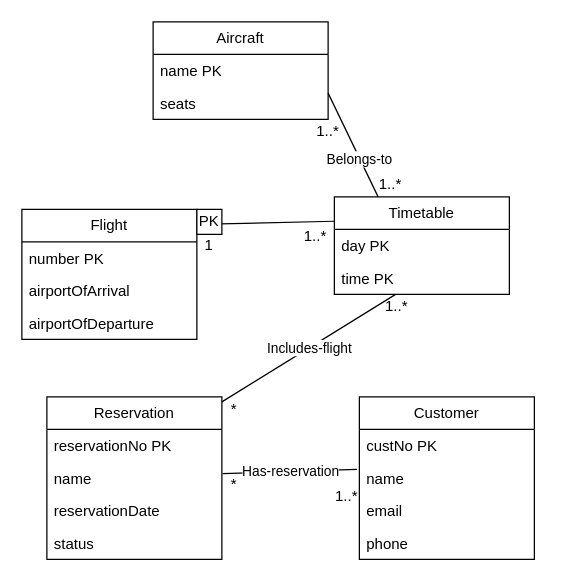
This is airlinediagram.drawio from olliglorioso/datasets, a draw.io file, before an edit. Source tidied: cells renumbered, new cells numbered last; positions are measured from the earlier drawing's top-left corner, leaving out a move shared by most shapes. Both pictures are drawn from the tidied source at 125%, with x=0, y=0 at pixel (21, 21).
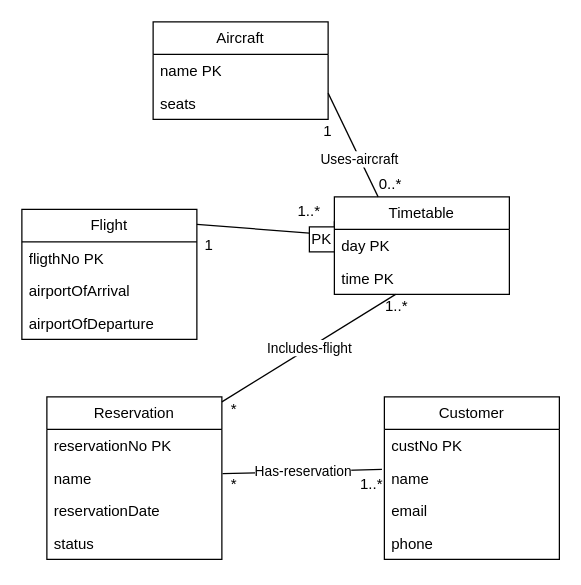
After the change.

The change refers to these unchanged cells:
```xml
<mxCell id="2" value="Flight" style="swimlane;fontStyle=0;horizontal=1;startSize=26;fillColor=none;whiteSpace=wrap;html=1;" parent="1" vertex="1">
  <mxGeometry y="150" width="140" height="104" as="geometry" />
</mxCell>
<mxCell id="18" value="seats" style="text;strokeColor=none;fillColor=none;align=left;verticalAlign=top;spacingLeft=4;spacingRight=4;overflow=hidden;points=[[0,0.5],[1,0.5]];portConstraint=eastwest;whiteSpace=wrap;html=1;" parent="16" vertex="1">
  <mxGeometry y="52" width="140" height="26" as="geometry" />
</mxCell>
<mxCell id="19" value="Timetable" style="swimlane;fontStyle=0;horizontal=1;startSize=26;fillColor=none;whiteSpace=wrap;html=1;" parent="1" vertex="1">
  <mxGeometry x="250" y="140" width="140" height="78" as="geometry" />
</mxCell>
```

Change to the diagram source:
```diff
@@
-    <mxCell id="3" value="number PK" style="text;strokeColor=none;fillColor=none;align=left;verticalAlign=top;spacingLeft=4;spacingRight=4;overflow=hidden;whiteSpace=wrap;html=1;" parent="2" vertex="1">
+    <mxCell id="3" value="fligthNo PK" style="text;strokeColor=none;fillColor=none;align=left;verticalAlign=top;spacingLeft=4;spacingRight=4;overflow=hidden;whiteSpace=wrap;html=1;" parent="2" vertex="1">
       <mxGeometry y="26" width="140" height="26" as="geometry" />
     </mxCell>
@@
     <mxCell id="6" value="Customer" style="swimlane;fontStyle=0;horizontal=1;startSize=26;fillColor=none;whiteSpace=wrap;html=1;" parent="1" vertex="1">
-      <mxGeometry x="270" y="300" width="140" height="130" as="geometry" />
+      <mxGeometry x="290" y="300" width="140" height="130" as="geometry" />
     </mxCell>
@@
-    <mxCell id="22" style="endArrow=none;html=1;rounded=0;exitX=1;exitY=0.115;exitDx=0;exitDy=0;exitPerimeter=0;entryX=0;entryY=0.25;entryDx=0;entryDy=0;" parent="1" edge="1" source="2" target="19">
+    <mxCell id="22" style="endArrow=none;html=1;rounded=0;exitX=1;exitY=0.115;exitDx=0;exitDy=0;exitPerimeter=0;entryX=0;entryY=0.25;entryDx=0;entryDy=0;startArrow=none;" parent="1" edge="1" source="28" target="19">
       <mxGeometry relative="1" as="geometry" />
     </mxCell>
     <mxCell id="23" value="1..*" style="text;strokeColor=none;align=center;fillColor=none;html=1;verticalAlign=middle;whiteSpace=wrap;rounded=0;" parent="1" vertex="1">
-      <mxGeometry x="220" y="160" width="30" height="24" as="geometry" />
+      <mxGeometry x="215" y="140" width="30" height="24" as="geometry" />
     </mxCell>
@@
-    <mxCell id="25" value="Belongs-to" style="endArrow=none;html=1;rounded=0;entryX=0.25;entryY=0;entryDx=0;entryDy=0;exitX=1;exitY=0.192;exitDx=0;exitDy=0;exitPerimeter=0;" parent="1" edge="1" source="18" target="19">
+    <mxCell id="25" value="Uses-aircraft" style="endArrow=none;html=1;rounded=0;entryX=0.25;entryY=0;entryDx=0;entryDy=0;exitX=1;exitY=0.192;exitDx=0;exitDy=0;exitPerimeter=0;" parent="1" edge="1" source="18" target="19">
       <mxGeometry x="0.27" relative="1" as="geometry">
         <mxPoint x="-1" as="offset" />
       </mxGeometry>
     </mxCell>
-    <mxCell id="26" value="1..*" style="text;strokeColor=none;align=center;fillColor=none;html=1;verticalAlign=middle;whiteSpace=wrap;rounded=0;" parent="1" vertex="1">
+    <mxCell id="26" value="0..*" style="text;strokeColor=none;align=center;fillColor=none;html=1;verticalAlign=middle;whiteSpace=wrap;rounded=0;" parent="1" vertex="1">
       <mxGeometry x="280" y="120" width="30" height="20" as="geometry" />
     </mxCell>
-    <mxCell id="27" value="1..*" style="text;strokeColor=none;align=center;fillColor=none;html=1;verticalAlign=middle;whiteSpace=wrap;rounded=0;" parent="1" vertex="1">
+    <mxCell id="27" value="1" style="text;strokeColor=none;align=center;fillColor=none;html=1;verticalAlign=middle;whiteSpace=wrap;rounded=0;" parent="1" vertex="1">
       <mxGeometry x="230" y="78" width="30" height="20" as="geometry" />
     </mxCell>
-    <mxCell id="28" value="PK" style="rounded=0;whiteSpace=wrap;html=1;" parent="1" vertex="1">
-      <mxGeometry x="140" y="150" width="20" height="20" as="geometry" />
-    </mxCell>
@@
     <mxCell id="30" value="1..*" style="text;strokeColor=none;align=center;fillColor=none;html=1;verticalAlign=middle;whiteSpace=wrap;rounded=0;" parent="1" vertex="1">
-      <mxGeometry x="250" y="370" width="20" height="20" as="geometry" />
+      <mxGeometry x="270" y="360" width="20" height="20" as="geometry" />
     </mxCell>
@@
+    <mxCell id="35" style="endArrow=none;html=1;rounded=0;exitX=1;exitY=0.115;exitDx=0;exitDy=0;exitPerimeter=0;entryX=0;entryY=0.25;entryDx=0;entryDy=0;" parent="1" edge="1" source="2" target="28">
+      <mxGeometry relative="1" as="geometry" />
+    </mxCell>
+    <mxCell id="28" value="PK" style="rounded=0;whiteSpace=wrap;html=1;" parent="1" vertex="1">
+      <mxGeometry x="230" y="164" width="20" height="20" as="geometry" />
+    </mxCell>
```
